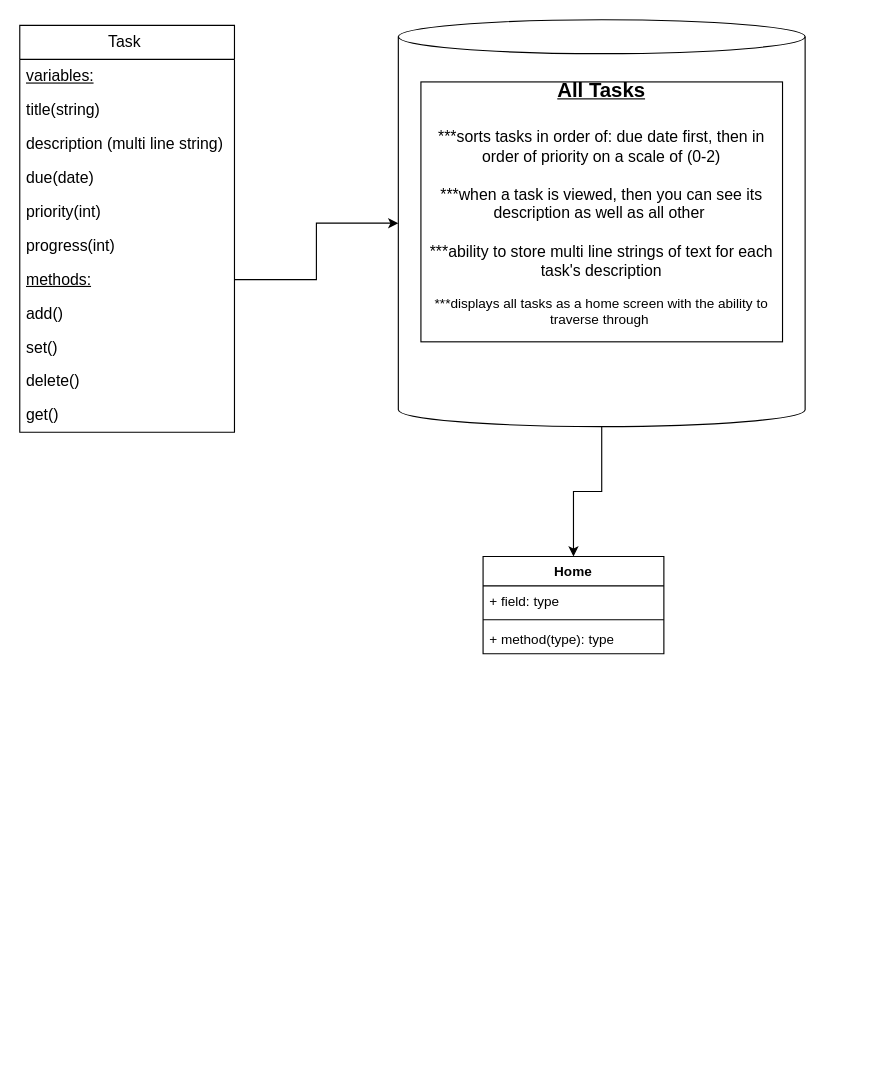
The draw.io diagram Untitled Diagram.drawio in almightygloman/cli-todolist, before the edit. Source tidied: cells renumbered, new cells numbered last; positions are measured from the earlier drawing's top-left corner, leaving out a move shared by most shapes. Both pictures are drawn from the tidied source at 113%, with x=0, y=0 at pixel (19, 19).
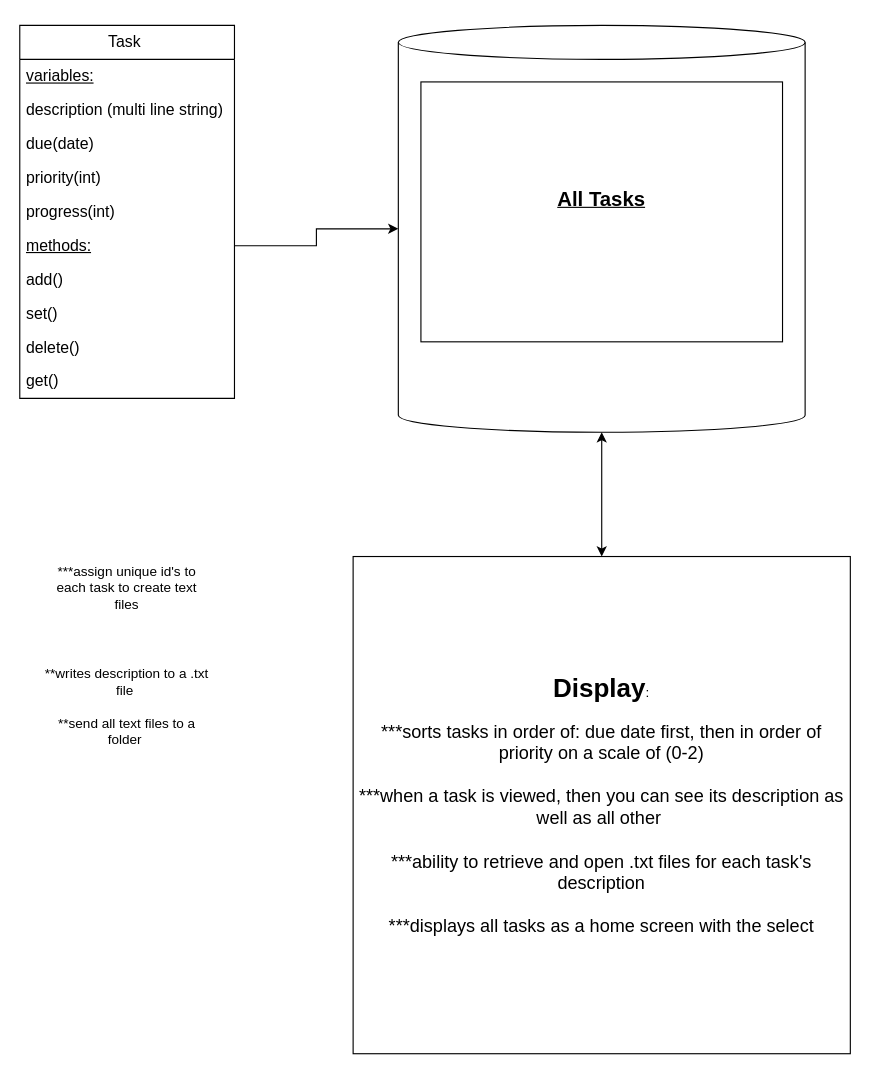
After the change.

What changed in the source:
```diff
@@
-    <mxCell id="2" style="edgeStyle=orthogonalEdgeStyle;rounded=0;jettySize=auto;html=1;entryX=0.5;entryY=0;entryDx=0;entryDy=0;" parent="1" edge="1" source="3" target="18">
-      <mxGeometry relative="1" as="geometry" />
-    </mxCell>
     <mxCell id="3" style="shape=cylinder3;whiteSpace=wrap;html=1;boundedLbl=1;backgroundOutline=1;size=15;" parent="1" vertex="1">
-      <mxGeometry x="335" width="360" height="360" as="geometry" />
+      <mxGeometry x="335" y="5" width="360" height="360" as="geometry" />
     </mxCell>
     <mxCell id="4" value="Task&amp;nbsp;" style="swimlane;fontStyle=0;horizontal=1;startSize=30;whiteSpace=wrap;html=1;fontSize=14;" parent="1" vertex="1">
-      <mxGeometry y="5" width="190" height="360" as="geometry" />
+      <mxGeometry y="5" width="190" height="330" as="geometry" />
     </mxCell>
@@
-    <mxCell id="6" value="title(string)" style="text;strokeColor=none;fillColor=none;align=left;verticalAlign=middle;spacingLeft=4;spacingRight=4;overflow=hidden;whiteSpace=wrap;html=1;fontSize=14;" parent="4" vertex="1">
-      <mxGeometry y="60" width="190" height="30" as="geometry" />
-    </mxCell>
     <mxCell id="7" value="&lt;font style=&quot;font-size: 14px;&quot;&gt;description (multi line string)&lt;/font&gt;" style="text;strokeColor=none;fillColor=none;align=left;verticalAlign=middle;spacingLeft=4;spacingRight=4;overflow=hidden;whiteSpace=wrap;html=1;fontSize=14;" parent="4" vertex="1">
-      <mxGeometry y="90" width="190" height="30" as="geometry" />
+      <mxGeometry y="60" width="190" height="30" as="geometry" />
     </mxCell>
     <mxCell id="8" value="&lt;font style=&quot;font-size: 14px;&quot;&gt;due(date)&lt;/font&gt;" style="text;strokeColor=none;fillColor=none;align=left;verticalAlign=middle;spacingLeft=4;spacingRight=4;overflow=hidden;whiteSpace=wrap;html=1;fontSize=14;" parent="4" vertex="1">
-      <mxGeometry y="120" width="190" height="30" as="geometry" />
+      <mxGeometry y="90" width="190" height="30" as="geometry" />
     </mxCell>
     <mxCell id="9" value="priority(int)" style="text;strokeColor=none;fillColor=none;align=left;verticalAlign=middle;spacingLeft=4;spacingRight=4;overflow=hidden;whiteSpace=wrap;html=1;fontSize=14;" parent="4" vertex="1">
-      <mxGeometry y="150" width="190" height="30" as="geometry" />
+      <mxGeometry y="120" width="190" height="30" as="geometry" />
     </mxCell>
     <mxCell id="10" value="progress(int)" style="text;strokeColor=none;fillColor=none;align=left;verticalAlign=middle;spacingLeft=4;spacingRight=4;overflow=hidden;whiteSpace=wrap;html=1;fontSize=14;" parent="4" vertex="1">
-      <mxGeometry y="180" width="190" height="30" as="geometry" />
+      <mxGeometry y="150" width="190" height="30" as="geometry" />
     </mxCell>
     <mxCell id="11" value="&lt;u style=&quot;font-size: 14px;&quot;&gt;methods:&lt;/u&gt;" style="text;strokeColor=none;fillColor=none;align=left;verticalAlign=middle;spacingLeft=4;spacingRight=4;overflow=hidden;points=[[0,0.5],[1,0.5]];portConstraint=eastwest;whiteSpace=wrap;html=1;fontSize=14;" parent="4" vertex="1">
-      <mxGeometry y="210" width="190" height="30" as="geometry" />
+      <mxGeometry y="180" width="190" height="30" as="geometry" />
     </mxCell>
     <mxCell id="12" value="add()" style="text;strokeColor=none;fillColor=none;align=left;verticalAlign=middle;spacingLeft=4;spacingRight=4;overflow=hidden;whiteSpace=wrap;html=1;fontSize=14;" parent="4" vertex="1">
-      <mxGeometry y="240" width="190" height="30" as="geometry" />
+      <mxGeometry y="210" width="190" height="30" as="geometry" />
     </mxCell>
     <mxCell id="13" value="set()" style="text;strokeColor=none;fillColor=none;align=left;verticalAlign=middle;spacingLeft=4;spacingRight=4;overflow=hidden;whiteSpace=wrap;html=1;fontSize=14;" parent="4" vertex="1">
-      <mxGeometry y="270" width="190" height="30" as="geometry" />
+      <mxGeometry y="240" width="190" height="30" as="geometry" />
     </mxCell>
     <mxCell id="14" value="delete()" style="text;strokeColor=none;fillColor=none;align=left;verticalAlign=middle;spacingLeft=4;spacingRight=4;overflow=hidden;whiteSpace=wrap;html=1;fontSize=14;" parent="4" vertex="1">
-      <mxGeometry y="300" width="190" height="30" as="geometry" />
+      <mxGeometry y="270" width="190" height="30" as="geometry" />
     </mxCell>
     <mxCell id="15" value="get()" style="text;strokeColor=none;fillColor=none;align=left;verticalAlign=middle;spacingLeft=4;spacingRight=4;overflow=hidden;whiteSpace=wrap;html=1;fontSize=14;" parent="4" vertex="1">
-      <mxGeometry y="330" width="190" height="30" as="geometry" />
+      <mxGeometry y="300" width="190" height="30" as="geometry" />
     </mxCell>
@@
-    <mxCell id="17" value="&lt;b&gt;&lt;font style=&quot;font-size: 18px;&quot;&gt;&lt;u&gt;All Tasks&lt;br&gt;&lt;br&gt;&lt;/u&gt;&lt;/font&gt;&lt;/b&gt;&lt;font style=&quot;font-size: 14px;&quot;&gt;***sorts tasks in order of: due date first, then in order of priority on a scale of (0-2)&lt;br&gt;&lt;br&gt;***when a task is viewed, then you can see its description as well as all other&amp;nbsp;&lt;br&gt;&lt;br&gt;***ability to store multi line strings of text for each task's description&lt;br&gt;&lt;/font&gt;&lt;br&gt;***displays all tasks as a home screen with the ability to traverse through&amp;nbsp;&lt;br&gt;&lt;br&gt;" style="html=1;whiteSpace=wrap;" parent="1" vertex="1">
+    <mxCell id="17" value="&lt;b&gt;&lt;font style=&quot;font-size: 18px;&quot;&gt;&lt;u&gt;All Tasks&lt;br&gt;&lt;br&gt;&lt;/u&gt;&lt;/font&gt;&lt;/b&gt;" style="html=1;whiteSpace=wrap;" parent="1" vertex="1">
       <mxGeometry x="355" y="55" width="320" height="230" as="geometry" />
     </mxCell>
-    <mxCell id="18" value="Home" style="swimlane;fontStyle=1;align=center;verticalAlign=top;horizontal=1;startSize=26;whiteSpace=wrap;html=1;" parent="1" vertex="1">
-      <mxGeometry x="410" y="475" width="160" height="86" as="geometry" />
-    </mxCell>
-    <mxCell id="19" value="+ field: type" style="text;strokeColor=none;fillColor=none;align=left;verticalAlign=top;spacingLeft=4;spacingRight=4;overflow=hidden;whiteSpace=wrap;html=1;" parent="18" vertex="1">
-      <mxGeometry y="26" width="160" height="26" as="geometry" />
-    </mxCell>
-    <mxCell id="20" style="line;strokeWidth=1;fillColor=none;align=left;verticalAlign=middle;spacingTop=-1;spacingLeft=3;spacingRight=3;labelPosition=right;strokeColor=inherit;" parent="18" vertex="1">
-      <mxGeometry y="52" width="160" height="8" as="geometry" />
-    </mxCell>
-    <mxCell id="21" value="+ method(type): type" style="text;strokeColor=none;fillColor=none;align=left;verticalAlign=top;spacingLeft=4;spacingRight=4;overflow=hidden;whiteSpace=wrap;html=1;" parent="18" vertex="1">
-      <mxGeometry y="60" width="160" height="26" as="geometry" />
-    </mxCell>
+    <mxCell id="22" value="***assign unique id's to each task to create text files" style="text;html=1;strokeColor=none;fillColor=none;align=center;verticalAlign=middle;whiteSpace=wrap;rounded=0;" parent="1" vertex="1">
+      <mxGeometry x="20" y="465" width="150" height="75" as="geometry" />
+    </mxCell>
+    <mxCell id="23" style="endArrow=classic;startArrow=classic;html=1;rounded=0;exitX=0.5;exitY=1;exitDx=0;exitDy=0;exitPerimeter=0;" parent="1" edge="1" source="3">
+      <mxGeometry relative="1" as="geometry">
+        <mxPoint x="515" y="475" as="targetPoint" />
+      </mxGeometry>
+    </mxCell>
+    <mxCell id="24" value="&lt;font style=&quot;font-size: 23px;&quot;&gt;&lt;b&gt;Display&lt;/b&gt;&lt;/font&gt;:&lt;br&gt;&lt;br&gt;&lt;font style=&quot;font-size: 16px;&quot;&gt;&lt;font style=&quot;border-color: var(--border-color); font-size: 16px;&quot;&gt;***sorts tasks in order of: due date first, then in order of priority on a scale of (0-2)&lt;br style=&quot;border-color: var(--border-color);&quot;&gt;&lt;br style=&quot;border-color: var(--border-color);&quot;&gt;***when a task is viewed, then you can see its description as well as all other&amp;nbsp;&lt;br style=&quot;border-color: var(--border-color);&quot;&gt;&lt;br style=&quot;border-color: var(--border-color);&quot;&gt;***ability to retrieve and open .txt files for each task's description&lt;br style=&quot;border-color: var(--border-color);&quot;&gt;&lt;/font&gt;&lt;br style=&quot;border-color: var(--border-color);&quot;&gt;***displays all tasks as a home screen with the select&lt;/font&gt;" style="whiteSpace=wrap;html=1;align=center;" parent="1" vertex="1">
+      <mxGeometry x="295" y="475" width="440" height="440" as="geometry" />
+    </mxCell>
+    <mxCell id="25" value="**writes description to a .txt file&amp;nbsp;&lt;br&gt;&lt;br&gt;**send all text files to a folder&amp;nbsp;&lt;br&gt;&lt;br&gt;" style="text;html=1;strokeColor=none;fillColor=none;align=center;verticalAlign=middle;whiteSpace=wrap;rounded=0;" parent="1" vertex="1">
+      <mxGeometry x="20" y="595" width="150" height="40" as="geometry" />
+    </mxCell>
```
